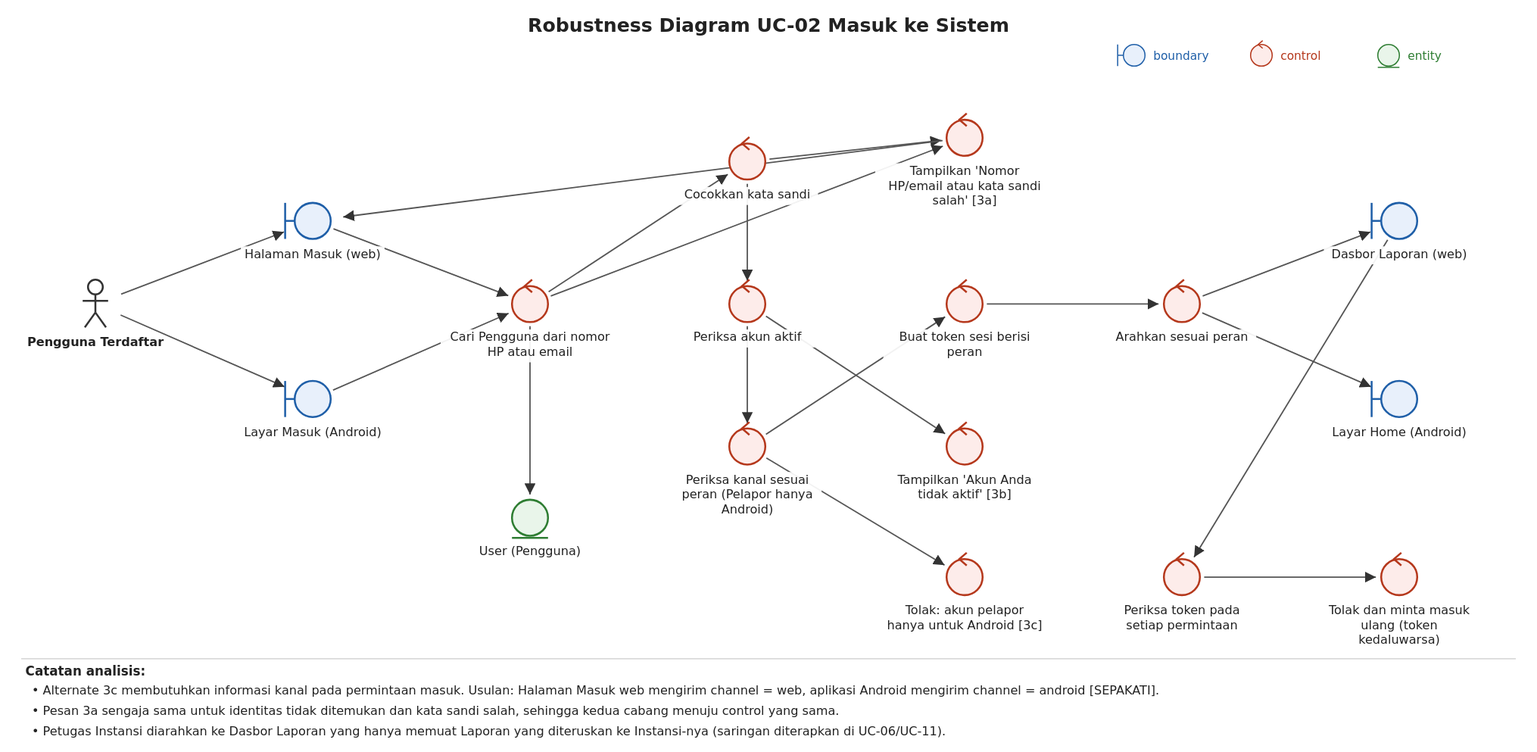
The PlantUML diagram specs/002-uc02-sign-in/iconix/uc02-robustness.svg in wirapatigilang/laporapi-api-web, before a commit. Its source is kept beside it as specs/002-uc02-sign-in/iconix/uc02-robustness.puml. Its diagram source:
```plantuml
@startuml
left to right direction
title Robustness Diagram UC-02 Masuk ke Sistem
actor "Pengguna Terdaftar" as usr
boundary "Halaman Masuk (web)" as bWeb
boundary "Layar Masuk (Android)" as bAnd
control "Cari Pengguna dari nomor HP" as cCari
control "Cocokkan kata sandi" as cSandi
control "Periksa akun aktif" as cAktif
control "Periksa kanal sesuai peran (Pelapor hanya Android)" as cKanal
control "Buat token sesi berisi peran" as cToken
control "Arahkan sesuai peran" as cArah
control "Tampilkan 'Nomor HP atau kata sandi salah' [3a]" as cErrSalah
control "Tampilkan 'Akun Anda tidak aktif' [3b]" as cErrNon
control "Tolak: akun pelapor hanya untuk Android [3c]" as cErrKanal
entity "User (Pengguna)" as ePengguna
boundary "Dasbor Laporan (web)" as bDasbor
boundary "Layar Home (Android)" as bHome
control "Periksa token pada setiap permintaan" as cTokenCek
control "Tolak dan minta masuk ulang (token kedaluwarsa)" as cUlang
usr --> bWeb
usr --> bAnd
bWeb --> cCari
bAnd --> cCari
cCari --> ePengguna
cCari --> cSandi
cSandi --> cAktif
cAktif --> cKanal
cKanal --> cToken
cToken --> cArah
cArah --> bDasbor
cArah --> bHome
cCari --> cErrSalah
cSandi --> cErrSalah
cErrSalah --> bWeb
cAktif --> cErrNon
cKanal --> cErrKanal
bDasbor --> cTokenCek
cTokenCek --> cUlang
@enduml
```
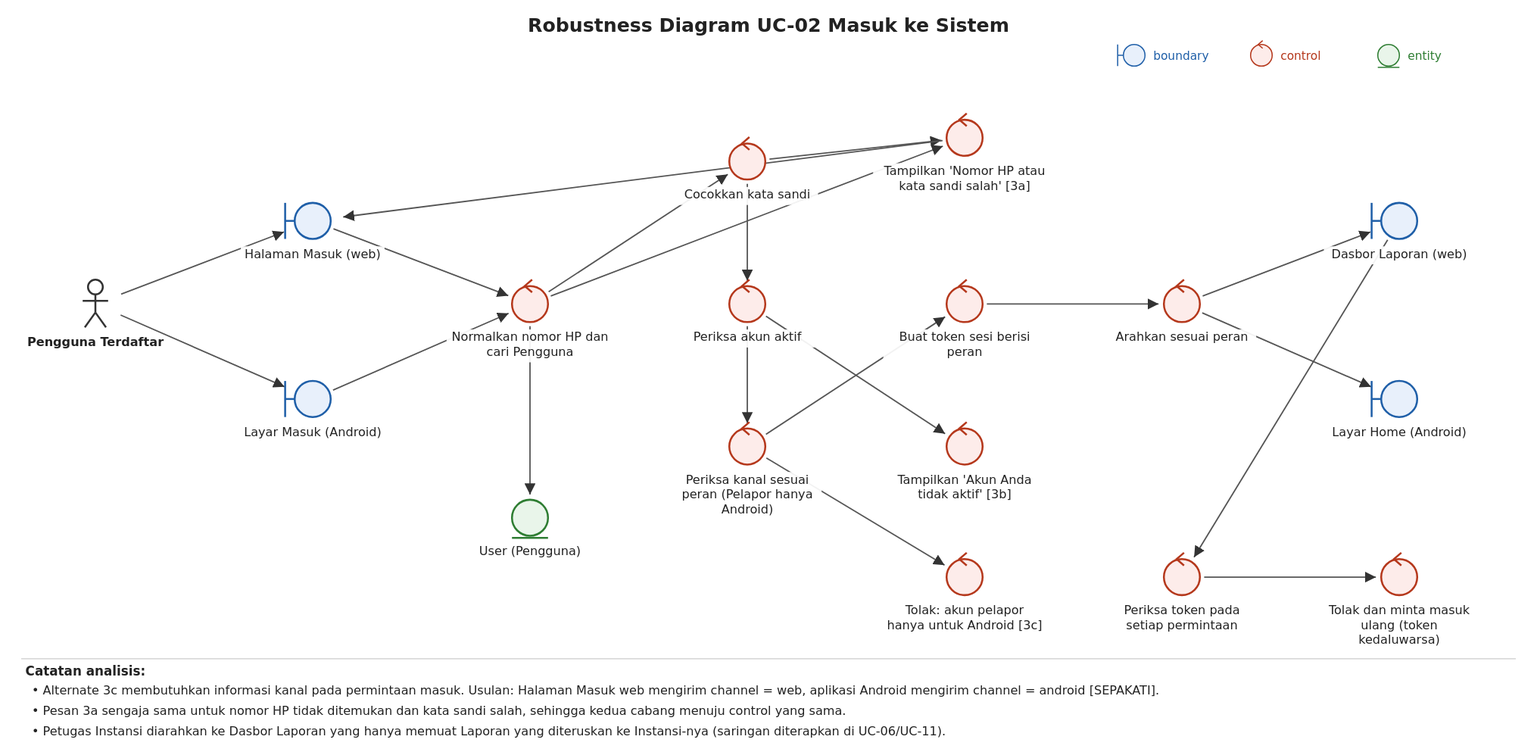
The same file after the commit.

Commit message:
Diagram robustness dan sequence UC-01/UC-02 dirender ulang tanpa email

Change to the diagram source:
```diff
@@ -4,7 +4,7 @@
 actor "Pengguna Terdaftar" as usr
 boundary "Halaman Masuk (web)" as bWeb
 boundary "Layar Masuk (Android)" as bAnd
-control "Cari Pengguna dari nomor HP" as cCari
+control "Normalkan nomor HP dan cari Pengguna" as cCari
 control "Cocokkan kata sandi" as cSandi
 control "Periksa akun aktif" as cAktif
 control "Periksa kanal sesuai peran (Pelapor hanya Android)" as cKanal
```
